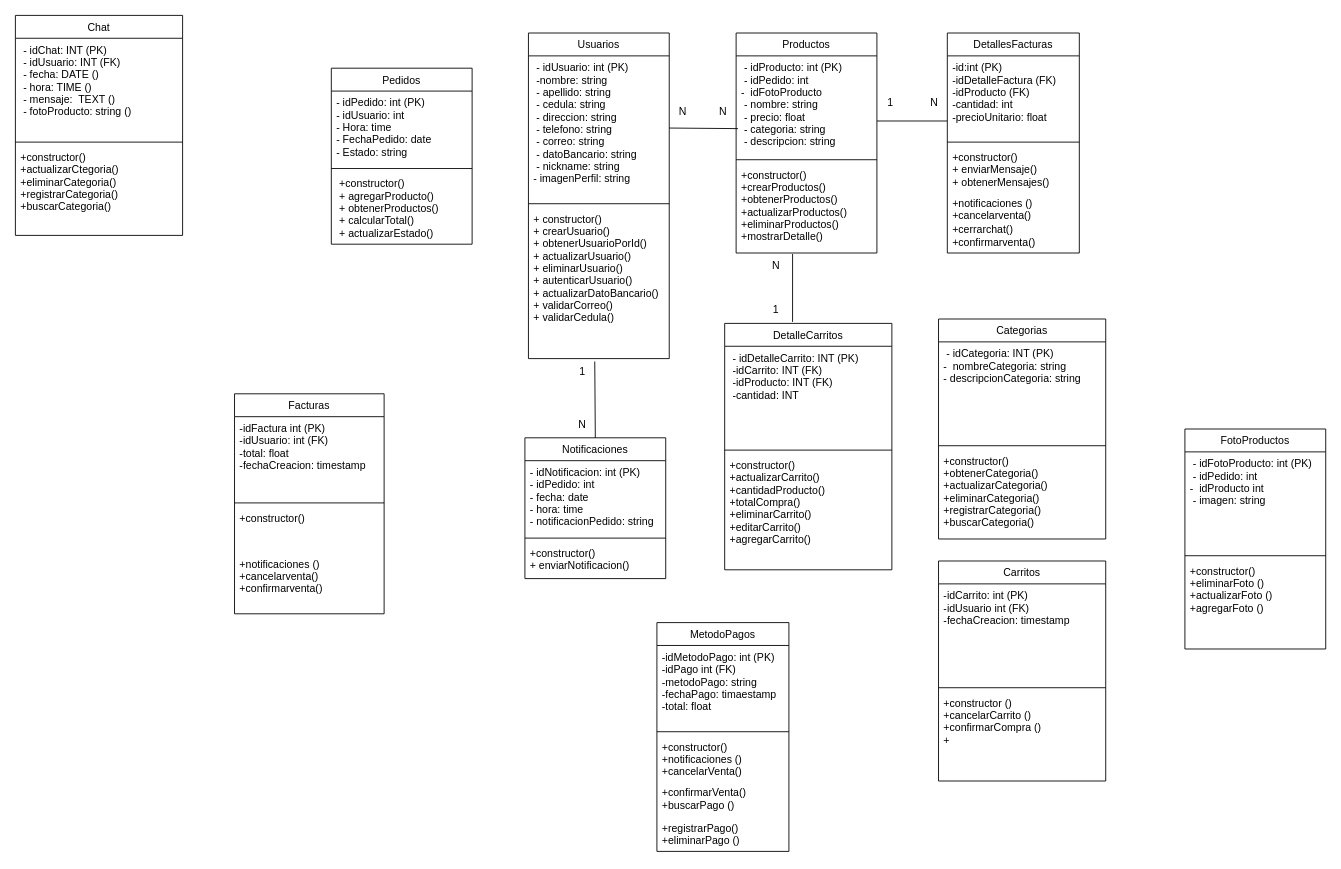
The draw.io diagram DiagramaClasesKamiapp copy.drawio in DarkJ-18/DiagramaClasesKamiapp, before the edit. Source tidied: cells renumbered, new cells numbered last; positions are measured from the earlier drawing's top-left corner, leaving out a move shared by most shapes. Both pictures are drawn from the tidied source at 88%, with x=0, y=0 at pixel (15, 15).
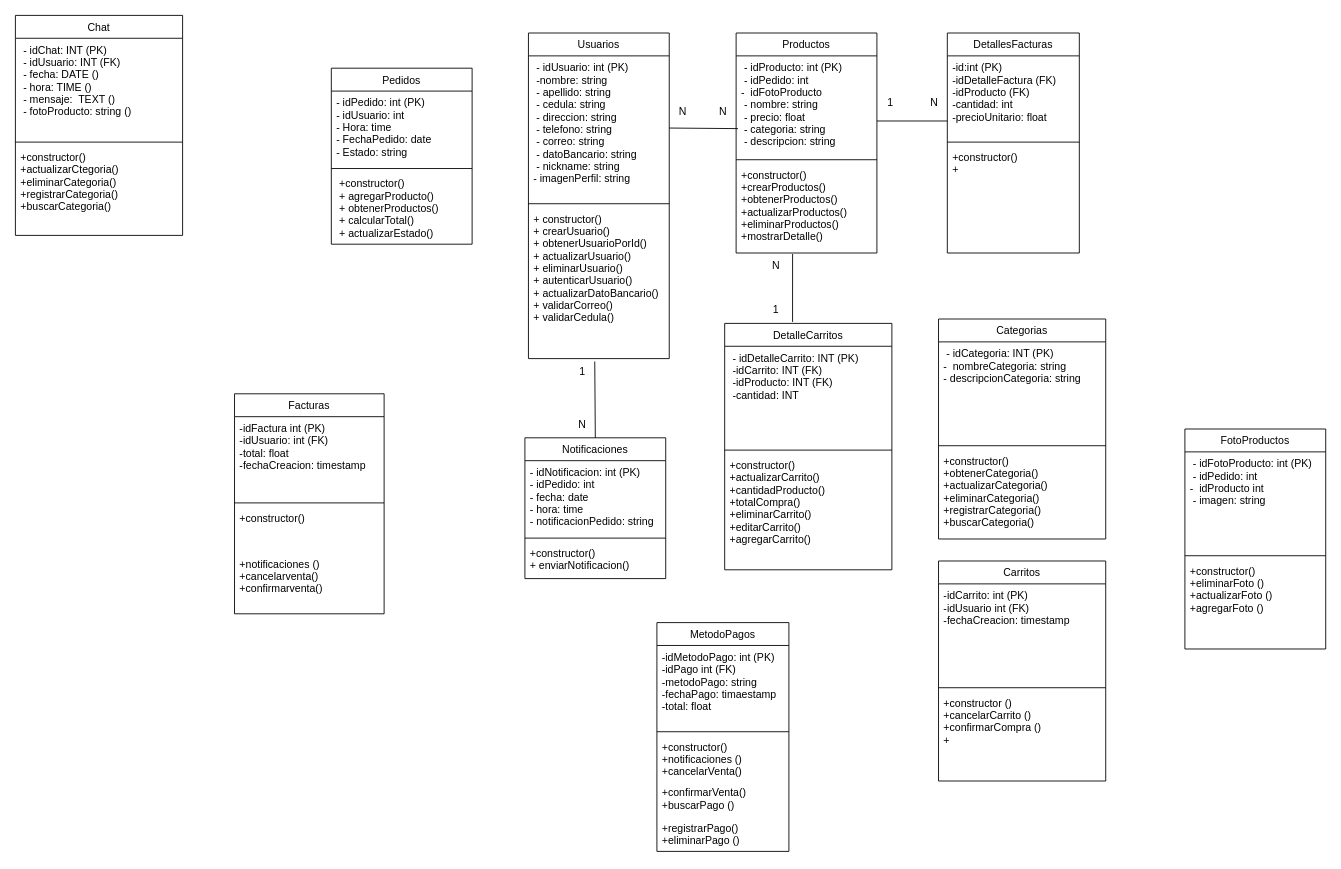
The same diagram, later.

Commit message:
se actuliza diagrama

Unchanged cells that the change refers to:
```xml
<mxCell id="23" value="DetallesFacturas" style="swimlane;fontStyle=0;align=center;verticalAlign=top;horizontal=1;startSize=26;rounded=0;shadow=0;strokeWidth=1;fontSize=12;" parent="1" vertex="1">
  <mxGeometry x="1059" y="20" width="150" height="250" as="geometry" />
</mxCell>
```

The edit, as a diff of the source:
```diff
@@
-    <mxCell id="26" value="+constructor()&#10;+ enviarMensaje()&#10;+ obtenerMensajes()" style="text;align=left;verticalAlign=top;spacingLeft=4;spacingRight=4;overflow=hidden;fontSize=12;" parent="23" vertex="1">
-      <mxGeometry y="128" width="150" height="52" as="geometry" />
+    <mxCell id="26" value="+constructor()&#10;+ " style="text;align=left;verticalAlign=top;spacingLeft=4;spacingRight=4;overflow=hidden;fontSize=12;" parent="23" vertex="1">
+      <mxGeometry y="128" width="150" height="122" as="geometry" />
     </mxCell>
-    <mxCell id="27" value="+notificaciones ()&#10;+cancelarventa()" style="text;align=left;verticalAlign=top;spacingLeft=4;spacingRight=4;overflow=hidden;fontSize=12;" parent="23" vertex="1">
-      <mxGeometry y="180" width="150" height="30" as="geometry" />
-    </mxCell>
-    <mxCell id="28" value="+cerrarchat()&#10;+confirmarventa()" style="text;align=left;verticalAlign=top;spacingLeft=4;spacingRight=4;overflow=hidden;fontSize=12;" parent="23" vertex="1">
-      <mxGeometry y="210" width="150" height="40" as="geometry" />
-    </mxCell>
```
